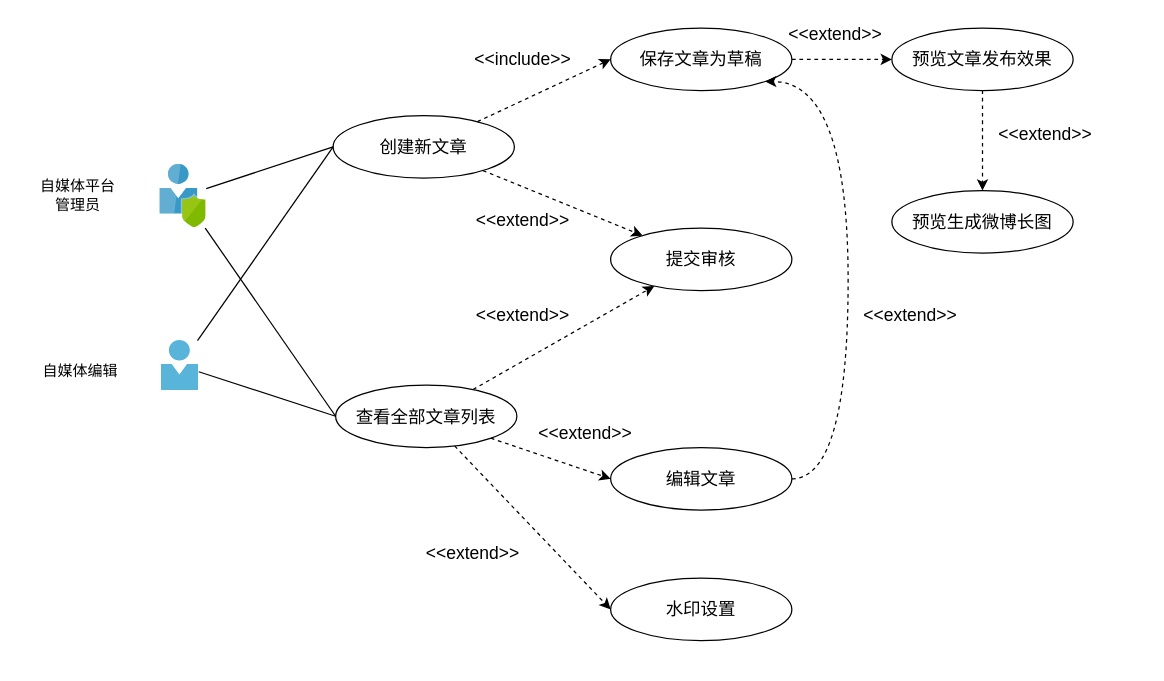
Before: 1-SoftwareRequirements/Editor/editor_usercase.drawio in zan-press/diagram, a draw.io diagram. Source tidied: cells renumbered, new cells numbered last; positions are measured from the earlier drawing's top-left corner, leaving out a move shared by most shapes. Both pictures are drawn from the tidied source at 125%, with x=0, y=0 at pixel (21, 21).
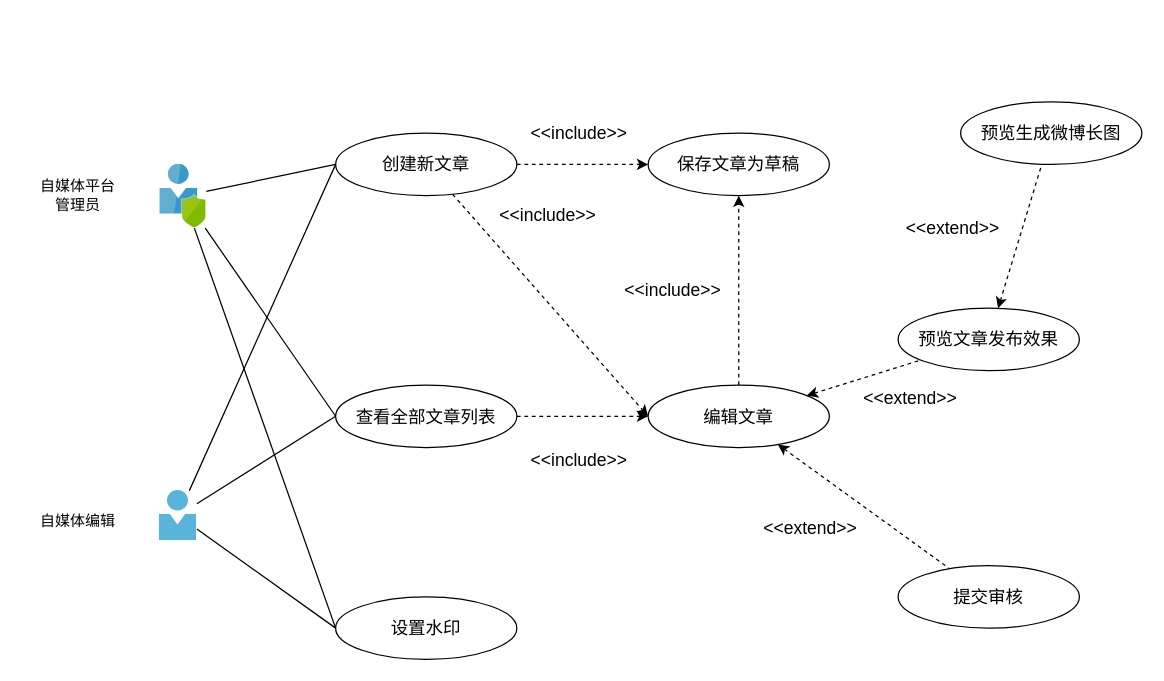
Above is the later version.

Commit message (it also covers changes not shown here):
Update editor user case

The change refers to these unchanged cells:
```xml
<mxCell id="3" style="html=1;points=[];align=center;image;fontSize=12;image=img/lib/mscae/User_Privacy.svg;fontFamily=SF Mono;" parent="1" vertex="1">
  <mxGeometry x="110.5" y="114" width="37" height="51" as="geometry" />
</mxCell>
<mxCell id="12" value="查看全部文章列表" style="ellipse;whiteSpace=wrap;html=1;fontFamily=SF Mono;fontSize=14;" parent="1" vertex="1">
  <mxGeometry x="251" y="290.5" width="145" height="50" as="geometry" />
</mxCell>
```

What changed in the source:
```diff
@@
-    <mxCell id="5" style="edgeStyle=none;rounded=0;jettySize=auto;html=1;dashed=1;startArrow=none;startFill=0;endArrow=classic;endFill=1;fontFamily=SF Mono;" parent="1" edge="1" source="6" target="21">
+    <mxCell id="5" style="edgeStyle=none;rounded=0;jettySize=auto;html=1;dashed=1;startArrow=none;startFill=0;endArrow=classic;endFill=1;fontFamily=SF Mono;entryX=0;entryY=0.5;entryDx=0;entryDy=0;" parent="1" edge="1" source="6" target="26">
       <mxGeometry relative="1" as="geometry" />
     </mxCell>
     <mxCell id="6" value="创建新文章" style="ellipse;whiteSpace=wrap;html=1;fontFamily=SF Mono;fontSize=14;" parent="1" vertex="1">
-      <mxGeometry x="249" y="75" width="145" height="50" as="geometry" />
+      <mxGeometry x="251" y="89" width="145" height="50" as="geometry" />
     </mxCell>
     <mxCell id="7" style="html=1;points=[];align=center;image;fontSize=12;image=img/lib/mscae/Person.svg;fontFamily=SF Mono;" parent="1" vertex="1">
-      <mxGeometry x="111.5" y="255" width="30" height="40" as="geometry" />
+      <mxGeometry x="110" y="375" width="30" height="40" as="geometry" />
     </mxCell>
     <mxCell id="8" value="自媒体编辑" style="text;html=1;strokeColor=none;fillColor=none;align=center;verticalAlign=middle;whiteSpace=wrap;rounded=0;fontFamily=SF Mono;fontStyle=0;" parent="1" vertex="1">
-      <mxGeometry x="1.5" y="265" width="90" height="30" as="geometry" />
+      <mxGeometry y="385" width="90" height="30" as="geometry" />
     </mxCell>
@@
-    <mxCell id="10" style="edgeStyle=none;rounded=0;jettySize=auto;html=1;dashed=1;startArrow=none;startFill=0;endArrow=classic;endFill=1;fontFamily=SF Mono;" parent="1" edge="1" source="12" target="21">
+    <mxCell id="10" style="edgeStyle=none;rounded=0;jettySize=auto;html=1;dashed=1;startArrow=classic;startFill=1;endArrow=none;endFill=0;fontFamily=SF Mono;" parent="1" edge="1" source="26" target="21">
       <mxGeometry relative="1" as="geometry" />
     </mxCell>
-    <mxCell id="11" style="rounded=0;jettySize=auto;html=1;entryX=0;entryY=0.5;entryDx=0;entryDy=0;dashed=1;startArrow=none;startFill=0;endArrow=classic;endFill=1;fontFamily=SF Mono;" parent="1" edge="1" source="12" target="32">
-      <mxGeometry relative="1" as="geometry" />
-    </mxCell>
@@
-    <mxCell id="16" style="edgeStyle=none;rounded=0;jettySize=auto;html=1;dashed=1;startArrow=none;startFill=0;endArrow=classic;endFill=1;fontFamily=SF Mono;" parent="1" edge="1" source="17" target="19">
+    <mxCell id="16" style="edgeStyle=none;rounded=0;jettySize=auto;html=1;dashed=1;startArrow=classic;startFill=1;endArrow=none;endFill=0;fontFamily=SF Mono;" parent="1" edge="1" source="26" target="19">
       <mxGeometry relative="1" as="geometry" />
     </mxCell>
     <mxCell id="17" value="保存文章为草稿" style="ellipse;whiteSpace=wrap;html=1;fontFamily=SF Mono;fontSize=14;" parent="1" vertex="1">
-      <mxGeometry x="471" y="5" width="145" height="50" as="geometry" />
+      <mxGeometry x="501" y="89" width="145" height="50" as="geometry" />
     </mxCell>
-    <mxCell id="18" style="edgeStyle=orthogonalEdgeStyle;curved=1;rounded=0;jettySize=auto;html=1;dashed=1;startArrow=none;startFill=0;endArrow=classic;endFill=1;fontFamily=SF Mono;" parent="1" edge="1" source="19" target="20">
+    <mxCell id="18" style="rounded=0;jettySize=auto;html=1;dashed=1;startArrow=classic;startFill=1;endArrow=none;endFill=0;fontFamily=SF Mono;" parent="1" edge="1" source="19" target="20">
       <mxGeometry relative="1" as="geometry" />
     </mxCell>
     <mxCell id="19" value="预览文章发布效果" style="ellipse;whiteSpace=wrap;html=1;fontFamily=SF Mono;fontSize=14;" parent="1" vertex="1">
-      <mxGeometry x="696" y="5" width="145" height="50" as="geometry" />
+      <mxGeometry x="701" y="229" width="145" height="50" as="geometry" />
     </mxCell>
     <mxCell id="20" value="预览生成微博长图" style="ellipse;whiteSpace=wrap;html=1;fontFamily=SF Mono;fontSize=14;" parent="1" vertex="1">
-      <mxGeometry x="696" y="135" width="145" height="50" as="geometry" />
+      <mxGeometry x="751" y="64" width="145" height="50" as="geometry" />
     </mxCell>
     <mxCell id="21" value="提交审核" style="ellipse;whiteSpace=wrap;html=1;fontFamily=SF Mono;fontSize=14;" parent="1" vertex="1">
-      <mxGeometry x="471" y="165" width="145" height="50" as="geometry" />
+      <mxGeometry x="701" y="435" width="145" height="50" as="geometry" />
     </mxCell>
@@
     <mxCell id="23" value="&amp;lt;&amp;lt;include&amp;gt;&amp;gt;" style="text;html=1;strokeColor=none;fillColor=none;align=center;verticalAlign=middle;whiteSpace=wrap;rounded=0;fontFamily=SF Mono;fontSize=14;rotation=0;" parent="1" vertex="1">
-      <mxGeometry x="351" y="20" width="100" height="20" as="geometry" />
+      <mxGeometry x="396" y="79" width="100" height="20" as="geometry" />
     </mxCell>
-    <mxCell id="24" value="&amp;lt;&amp;lt;extend&amp;gt;&amp;gt;" style="text;html=1;strokeColor=none;fillColor=none;align=center;verticalAlign=middle;whiteSpace=wrap;rounded=0;fontFamily=SF Mono;fontSize=14;rotation=0;" parent="1" vertex="1">
-      <mxGeometry x="351" y="149" width="100" height="20" as="geometry" />
+    <mxCell id="24" value="&amp;lt;&amp;lt;include&amp;gt;&amp;gt;" style="text;html=1;strokeColor=none;fillColor=none;align=center;verticalAlign=middle;whiteSpace=wrap;rounded=0;fontFamily=SF Mono;fontSize=14;rotation=0;" parent="1" vertex="1">
+      <mxGeometry x="371" y="145" width="100" height="20" as="geometry" />
     </mxCell>
-    <mxCell id="25" style="edgeStyle=orthogonalEdgeStyle;rounded=0;jettySize=auto;html=1;dashed=1;startArrow=none;startFill=0;endArrow=classic;endFill=1;exitX=1;exitY=0.5;exitDx=0;exitDy=0;entryX=1;entryY=1;entryDx=0;entryDy=0;curved=1;fontFamily=SF Mono;" parent="1" edge="1" source="26" target="17">
-      <mxGeometry relative="1" as="geometry">
-        <Array as="points">
-          <mxPoint x="661" y="366" />
-          <mxPoint x="661" y="48" />
-        </Array>
-      </mxGeometry>
+    <mxCell id="25" style="edgeStyle=none;rounded=0;jettySize=auto;html=1;entryX=0.5;entryY=1;entryDx=0;entryDy=0;startArrow=none;startFill=0;endArrow=classic;endFill=1;dashed=1;" parent="1" edge="1" source="26" target="17">
+      <mxGeometry relative="1" as="geometry" />
     </mxCell>
     <mxCell id="26" value="编辑文章" style="ellipse;whiteSpace=wrap;html=1;fontFamily=SF Mono;fontSize=14;" parent="1" vertex="1">
-      <mxGeometry x="471" y="340.5" width="145" height="50" as="geometry" />
+      <mxGeometry x="501" y="290.5" width="145" height="50" as="geometry" />
     </mxCell>
     <mxCell id="27" value="&amp;lt;&amp;lt;extend&amp;gt;&amp;gt;" style="text;html=1;strokeColor=none;fillColor=none;align=center;verticalAlign=middle;whiteSpace=wrap;rounded=0;fontFamily=SF Mono;fontSize=14;rotation=0;" parent="1" vertex="1">
-      <mxGeometry x="401" y="319" width="100" height="20" as="geometry" />
+      <mxGeometry x="581" y="395" width="100" height="20" as="geometry" />
     </mxCell>
-    <mxCell id="28" value="&amp;lt;&amp;lt;extend&amp;gt;&amp;gt;" style="text;html=1;strokeColor=none;fillColor=none;align=center;verticalAlign=middle;whiteSpace=wrap;rounded=0;fontFamily=SF Mono;fontSize=14;rotation=0;" parent="1" vertex="1">
-      <mxGeometry x="351" y="225" width="100" height="20" as="geometry" />
+    <mxCell id="28" value="&amp;lt;&amp;lt;include&amp;gt;&amp;gt;" style="text;html=1;strokeColor=none;fillColor=none;align=center;verticalAlign=middle;whiteSpace=wrap;rounded=0;fontFamily=SF Mono;fontSize=14;rotation=0;" parent="1" vertex="1">
+      <mxGeometry x="393" y="340.5" width="106" height="20" as="geometry" />
     </mxCell>
     <mxCell id="29" value="&amp;lt;&amp;lt;extend&amp;gt;&amp;gt;" style="text;html=1;strokeColor=none;fillColor=none;align=center;verticalAlign=middle;whiteSpace=wrap;rounded=0;fontFamily=SF Mono;fontSize=14;rotation=0;" parent="1" vertex="1">
-      <mxGeometry x="601" width="100" height="20" as="geometry" />
+      <mxGeometry x="694.5" y="155" width="100" height="20" as="geometry" />
     </mxCell>
-    <mxCell id="30" value="&amp;lt;&amp;lt;extend&amp;gt;&amp;gt;" style="text;html=1;strokeColor=none;fillColor=none;align=center;verticalAlign=middle;whiteSpace=wrap;rounded=0;fontFamily=SF Mono;fontSize=14;rotation=0;" parent="1" vertex="1">
-      <mxGeometry x="661" y="225" width="100" height="20" as="geometry" />
-    </mxCell>
     <mxCell id="31" value="&amp;lt;&amp;lt;extend&amp;gt;&amp;gt;" style="text;html=1;strokeColor=none;fillColor=none;align=center;verticalAlign=middle;whiteSpace=wrap;rounded=0;fontFamily=SF Mono;fontSize=14;rotation=0;" parent="1" vertex="1">
-      <mxGeometry x="768.5" y="80" width="100" height="20" as="geometry" />
+      <mxGeometry x="661" y="290.5" width="100" height="20" as="geometry" />
     </mxCell>
-    <mxCell id="32" value="水印设置" style="ellipse;whiteSpace=wrap;html=1;fontFamily=SF Mono;fontSize=14;" parent="1" vertex="1">
-      <mxGeometry x="471" y="445" width="145" height="50" as="geometry" />
+    <mxCell id="32" value="设置水印" style="ellipse;whiteSpace=wrap;html=1;fontFamily=SF Mono;fontSize=14;" parent="1" vertex="1">
+      <mxGeometry x="251" y="460" width="145" height="50" as="geometry" />
     </mxCell>
-    <mxCell id="33" value="&amp;lt;&amp;lt;extend&amp;gt;&amp;gt;" style="text;html=1;strokeColor=none;fillColor=none;align=center;verticalAlign=middle;whiteSpace=wrap;rounded=0;fontFamily=SF Mono;fontSize=14;rotation=0;" parent="1" vertex="1">
-      <mxGeometry x="311" y="415" width="100" height="20" as="geometry" />
-    </mxCell>
+    <mxCell id="34" style="rounded=0;jettySize=auto;html=1;endArrow=none;endFill=0;entryX=0;entryY=0.5;entryDx=0;entryDy=0;fontFamily=SF Mono;" parent="1" edge="1" source="3" target="32">
+      <mxGeometry relative="1" as="geometry" />
+    </mxCell>
+    <mxCell id="35" style="edgeStyle=none;rounded=0;jettySize=auto;html=1;startArrow=none;startFill=0;endArrow=none;endFill=0;fontFamily=SF Mono;fontSize=14;entryX=0;entryY=0.5;entryDx=0;entryDy=0;" parent="1" edge="1" source="7" target="32">
+      <mxGeometry relative="1" as="geometry" />
+    </mxCell>
+    <mxCell id="36" value="&amp;lt;&amp;lt;include&amp;gt;&amp;gt;" style="text;html=1;strokeColor=none;fillColor=none;align=center;verticalAlign=middle;whiteSpace=wrap;rounded=0;fontFamily=SF Mono;fontSize=14;rotation=0;" parent="1" vertex="1">
+      <mxGeometry x="471" y="205" width="100" height="20" as="geometry" />
+    </mxCell>
```
